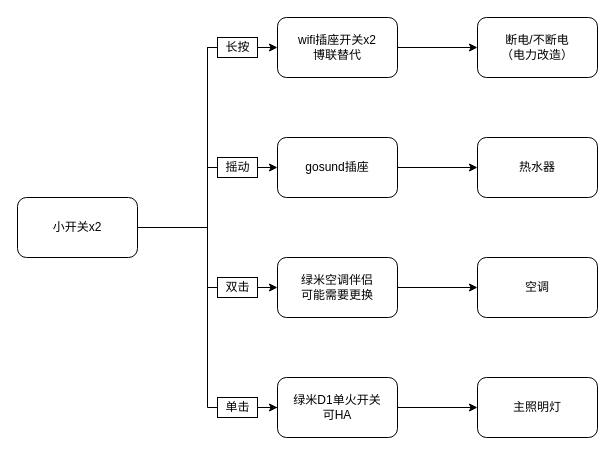
Above: 智能家居.drawio in RekiDunois/ImagineThings (draw.io), before the change. Source tidied: cells renumbered, new cells numbered last; positions are measured from the earlier drawing's top-left corner, leaving out a move shared by most shapes. Both pictures are drawn from the tidied source at 100%, with x=0, y=0 at pixel (17, 17).
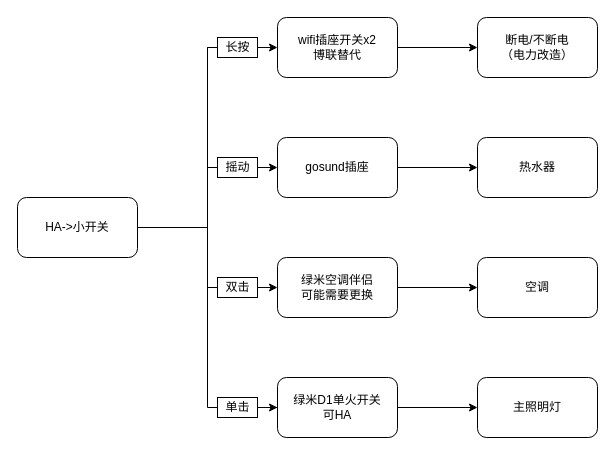
The same page after the edit.

What changed in the source:
```diff
@@
-    <mxCell id="9" value="小开关x2" style="rounded=1;whiteSpace=wrap;html=1;" parent="1" vertex="1">
+    <mxCell id="9" value="HA-&amp;gt;小开关" style="rounded=1;whiteSpace=wrap;html=1;" parent="1" vertex="1">
       <mxGeometry y="180" width="120" height="60" as="geometry" />
     </mxCell>
```
